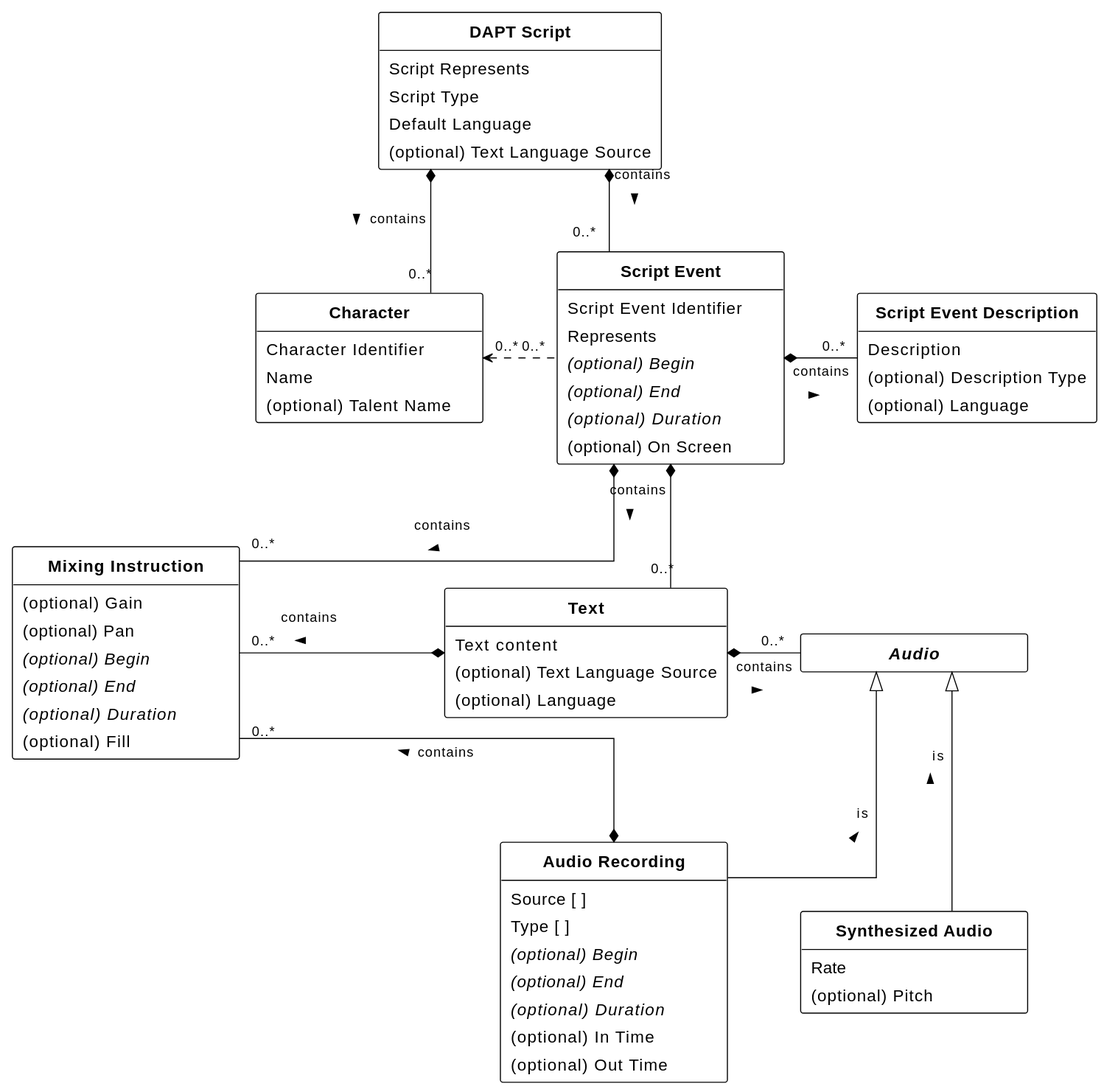
Above: figures/class-diagram.svg in w3c/dapt (PlantUML), before the change.
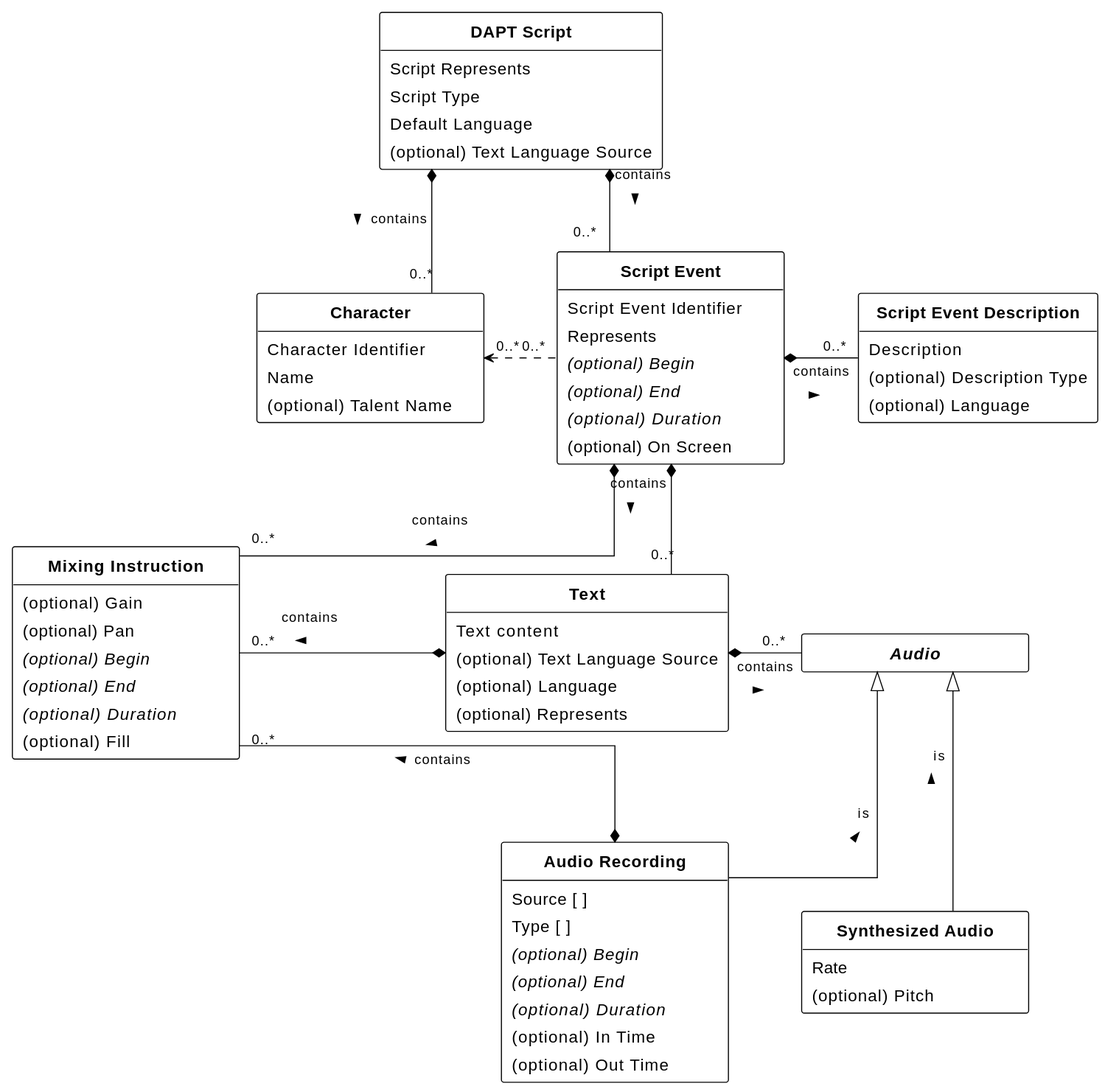
The same file after the commit.

Commit message:
Explicitly permit daptm:represents on tt, body, div, p and span (#300)

What changed in the source:
```diff
@@ -44,6 +44,7 @@
         Text content [[[#dfn-text]]]
         {field} (optional) Text Language Source [[[#text-language-source]]]
         {field} (optional) Language
+        {field} (optional) Represents [[[#represents]]]
     }
 }
 
```
